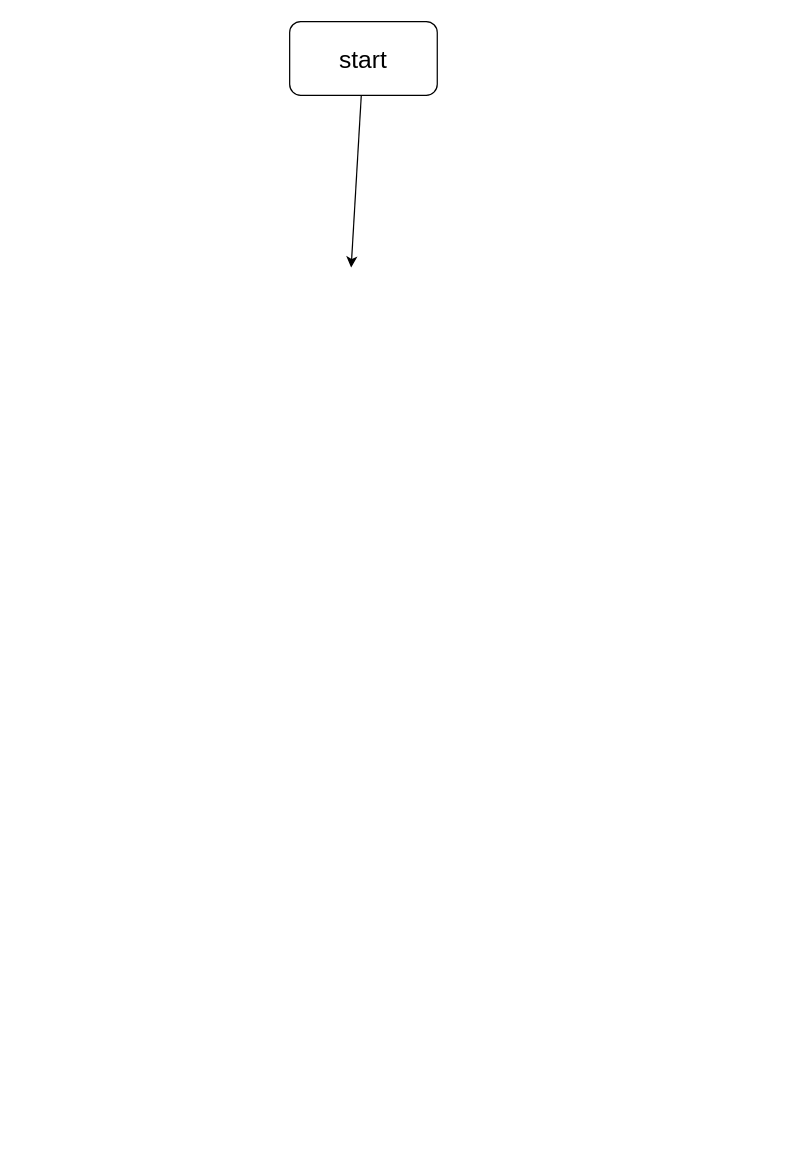
The draw.io diagram hangman.drawio in chituna/100DOC, before the edit. Source tidied: cells renumbered, new cells numbered last; positions are measured from the earlier drawing's top-left corner, leaving out a move shared by most shapes. Both pictures are drawn from the tidied source at 123%, with x=0, y=0 at pixel (289, 21).
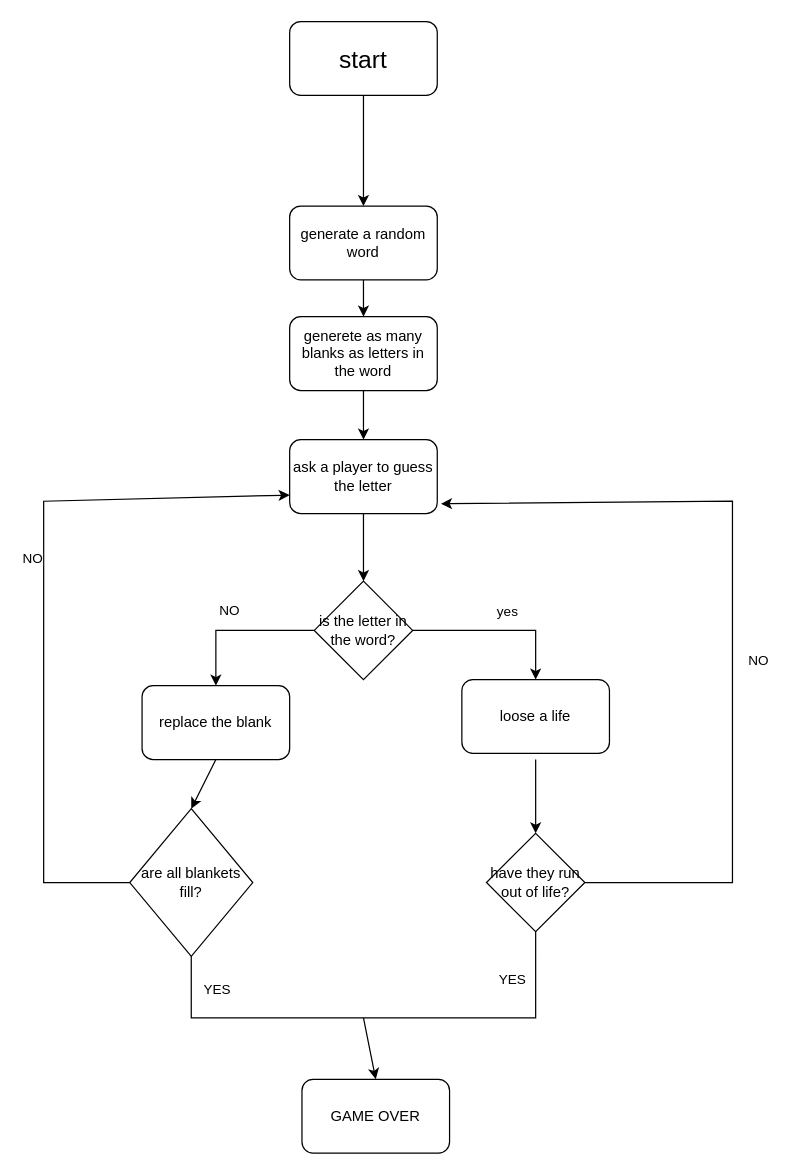
The same diagram, later.

The change refers to these unchanged cells:
```xml
<mxCell id="2" value="&lt;font style=&quot;font-size: 20px;&quot;&gt;start&lt;/font&gt;" style="rounded=1;whiteSpace=wrap;html=1;" parent="1" vertex="1">
  <mxGeometry width="120" height="60" as="geometry" />
</mxCell>
```

Diff of the diagram source:
```diff
@@
-    <mxCell id="3" style="endArrow=classic;html=1;rounded=0;" parent="1" edge="1" source="2">
-      <mxGeometry relative="1" as="geometry">
-        <mxPoint x="50" y="200" as="targetPoint" />
-      </mxGeometry>
+    <mxCell id="3" style="endArrow=classic;html=1;rounded=0;entryX=0.5;entryY=0;entryDx=0;entryDy=0;" parent="1" edge="1" source="2" target="4">
+      <mxGeometry relative="1" as="geometry" />
     </mxCell>
+    <mxCell id="4" value="generate a random word" style="rounded=1;whiteSpace=wrap;html=1;" parent="1" vertex="1">
+      <mxGeometry y="150" width="120" height="60" as="geometry" />
+    </mxCell>
+    <mxCell id="5" style="endArrow=classic;html=1;rounded=0;exitX=0.5;exitY=1;exitDx=0;exitDy=0;" parent="1" edge="1" source="4" target="6">
+      <mxGeometry relative="1" as="geometry" />
+    </mxCell>
+    <mxCell id="6" value="generete as many blanks as letters in the word" style="rounded=1;whiteSpace=wrap;html=1;" parent="1" vertex="1">
+      <mxGeometry y="240" width="120" height="60" as="geometry" />
+    </mxCell>
+    <mxCell id="7" style="endArrow=classic;html=1;rounded=0;entryX=0.5;entryY=0;entryDx=0;entryDy=0;" parent="1" edge="1" source="6" target="8">
+      <mxGeometry relative="1" as="geometry" />
+    </mxCell>
+    <mxCell id="8" value="ask a player to guess the letter" style="rounded=1;whiteSpace=wrap;html=1;" parent="1" vertex="1">
+      <mxGeometry y="340" width="120" height="60" as="geometry" />
+    </mxCell>
+    <mxCell id="9" value="is the letter in the word?" style="rhombus;whiteSpace=wrap;html=1;" parent="1" vertex="1">
+      <mxGeometry x="20" y="455" width="80" height="80" as="geometry" />
+    </mxCell>
+    <mxCell id="10" style="endArrow=classic;html=1;rounded=0;exitX=0.5;exitY=1;exitDx=0;exitDy=0;entryX=0.5;entryY=0;entryDx=0;entryDy=0;" parent="1" edge="1" source="8" target="9">
+      <mxGeometry relative="1" as="geometry" />
+    </mxCell>
+    <mxCell id="11" value="yes" style="endArrow=classic;html=1;rounded=0;exitX=1;exitY=0.5;exitDx=0;exitDy=0;entryX=0.5;entryY=0;entryDx=0;entryDy=0;" parent="1" edge="1" source="9" target="14">
+      <mxGeometry x="0.1" y="15" relative="1" as="geometry">
+        <Array as="points">
+          <mxPoint x="200" y="495" />
+        </Array>
+      </mxGeometry>
+    </mxCell>
+    <mxCell id="12" style="endArrow=classic;html=1;rounded=0;exitX=0;exitY=0.5;exitDx=0;exitDy=0;entryX=0.5;entryY=0;entryDx=0;entryDy=0;" parent="1" edge="1" source="9" target="15">
+      <mxGeometry relative="1" as="geometry">
+        <Array as="points">
+          <mxPoint x="-60" y="495" />
+        </Array>
+      </mxGeometry>
+    </mxCell>
+    <mxCell id="13" value="NO" style="edgeLabel;html=1;align=center;verticalAlign=middle;" parent="12" vertex="1">
+      <mxGeometry x="-0.04" y="-3" relative="1" as="geometry">
+        <mxPoint x="-10" y="-14" as="offset" />
+      </mxGeometry>
+    </mxCell>
+    <mxCell id="14" value="loose a life" style="rounded=1;whiteSpace=wrap;html=1;" parent="1" vertex="1">
+      <mxGeometry x="140" y="535" width="120" height="60" as="geometry" />
+    </mxCell>
+    <mxCell id="15" value="replace the blank" style="rounded=1;whiteSpace=wrap;html=1;" parent="1" vertex="1">
+      <mxGeometry x="-120" y="540" width="120" height="60" as="geometry" />
+    </mxCell>
+    <mxCell id="16" value="are all blankets fill?" style="rhombus;whiteSpace=wrap;html=1;" parent="1" vertex="1">
+      <mxGeometry x="-130" y="640" width="100" height="120" as="geometry" />
+    </mxCell>
+    <mxCell id="17" value="have they run out of life?" style="rhombus;whiteSpace=wrap;html=1;" parent="1" vertex="1">
+      <mxGeometry x="160" y="660" width="80" height="80" as="geometry" />
+    </mxCell>
+    <mxCell id="18" style="endArrow=classic;html=1;rounded=0;exitX=0.5;exitY=1;exitDx=0;exitDy=0;entryX=0.5;entryY=0;entryDx=0;entryDy=0;" parent="1" edge="1" source="15" target="16">
+      <mxGeometry relative="1" as="geometry" />
+    </mxCell>
+    <mxCell id="19" style="endArrow=classic;html=1;rounded=0;" parent="1" edge="1" target="17">
+      <mxGeometry relative="1" as="geometry">
+        <mxPoint x="200" y="600" as="sourcePoint" />
+      </mxGeometry>
+    </mxCell>
+    <mxCell id="20" style="endArrow=classic;html=1;rounded=0;exitX=0;exitY=0.5;exitDx=0;exitDy=0;entryX=0;entryY=0.75;entryDx=0;entryDy=0;" parent="1" edge="1" source="16" target="8">
+      <mxGeometry relative="1" as="geometry">
+        <Array as="points">
+          <mxPoint x="-200" y="700" />
+          <mxPoint x="-200" y="390" />
+        </Array>
+      </mxGeometry>
+    </mxCell>
+    <mxCell id="21" value="NO" style="edgeLabel;html=1;align=center;verticalAlign=middle;" parent="20" vertex="1">
+      <mxGeometry x="0.15" y="-1" relative="1" as="geometry">
+        <mxPoint x="-11" as="offset" />
+      </mxGeometry>
+    </mxCell>
+    <mxCell id="22" style="endArrow=classic;html=1;rounded=0;exitX=1;exitY=0.5;exitDx=0;exitDy=0;entryX=1.025;entryY=0.867;entryDx=0;entryDy=0;entryPerimeter=0;" parent="1" edge="1" source="17" target="8">
+      <mxGeometry relative="1" as="geometry">
+        <Array as="points">
+          <mxPoint x="360" y="700" />
+          <mxPoint x="360" y="390" />
+        </Array>
+      </mxGeometry>
+    </mxCell>
+    <mxCell id="23" value="NO" style="edgeLabel;html=1;align=center;verticalAlign=middle;" parent="22" vertex="1">
+      <mxGeometry x="-0.03" y="-5" relative="1" as="geometry">
+        <mxPoint x="15" y="22" as="offset" />
+      </mxGeometry>
+    </mxCell>
+    <mxCell id="24" style="endArrow=none;html=1;rounded=0;exitX=0.5;exitY=1;exitDx=0;exitDy=0;entryX=0.5;entryY=1;entryDx=0;entryDy=0;" parent="1" edge="1" source="16" target="17">
+      <mxGeometry relative="1" as="geometry">
+        <Array as="points">
+          <mxPoint x="-80" y="810" />
+          <mxPoint x="60" y="810" />
+          <mxPoint x="200" y="810" />
+        </Array>
+      </mxGeometry>
+    </mxCell>
+    <mxCell id="25" value="YES" style="edgeLabel;html=1;align=center;verticalAlign=middle;" parent="24" vertex="1">
+      <mxGeometry x="0.81" y="2" relative="1" as="geometry">
+        <mxPoint x="-18" as="offset" />
+      </mxGeometry>
+    </mxCell>
+    <mxCell id="26" value="YES" style="edgeLabel;html=1;align=center;verticalAlign=middle;" parent="24" vertex="1">
+      <mxGeometry x="-0.87" y="-1" relative="1" as="geometry">
+        <mxPoint x="21" as="offset" />
+      </mxGeometry>
+    </mxCell>
+    <mxCell id="27" style="endArrow=classic;html=1;rounded=0;entryX=0.5;entryY=0;entryDx=0;entryDy=0;" parent="1" edge="1" target="28">
+      <mxGeometry relative="1" as="geometry">
+        <mxPoint x="60" y="810" as="sourcePoint" />
+      </mxGeometry>
+    </mxCell>
+    <mxCell id="28" value="GAME OVER" style="rounded=1;whiteSpace=wrap;html=1;" parent="1" vertex="1">
+      <mxGeometry x="10" y="860" width="120" height="60" as="geometry" />
+    </mxCell>
```
